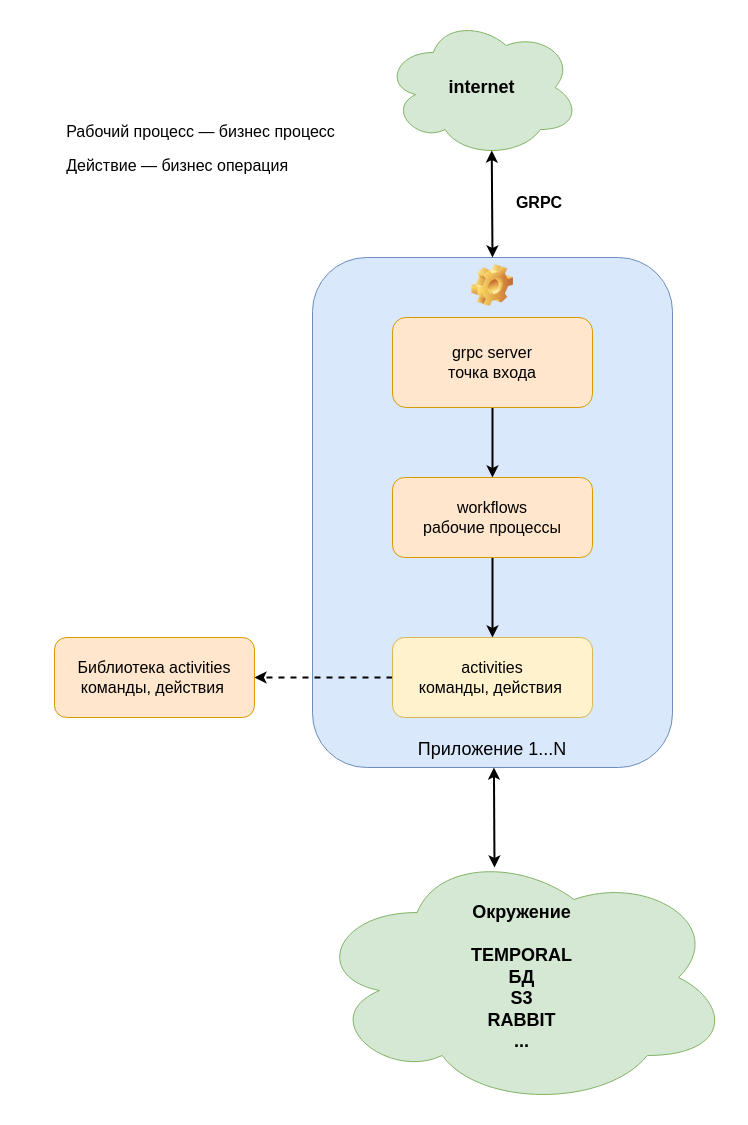
Above: doc/temporal1.drawio in kshamiev/temporalapp (draw.io), before the change. Source tidied: cells renumbered, new cells numbered last; positions are measured from the earlier drawing's top-left corner, leaving out a move shared by most shapes. Both pictures are drawn from the tidied source at 100%, with x=0, y=0 at pixel (17, 17).
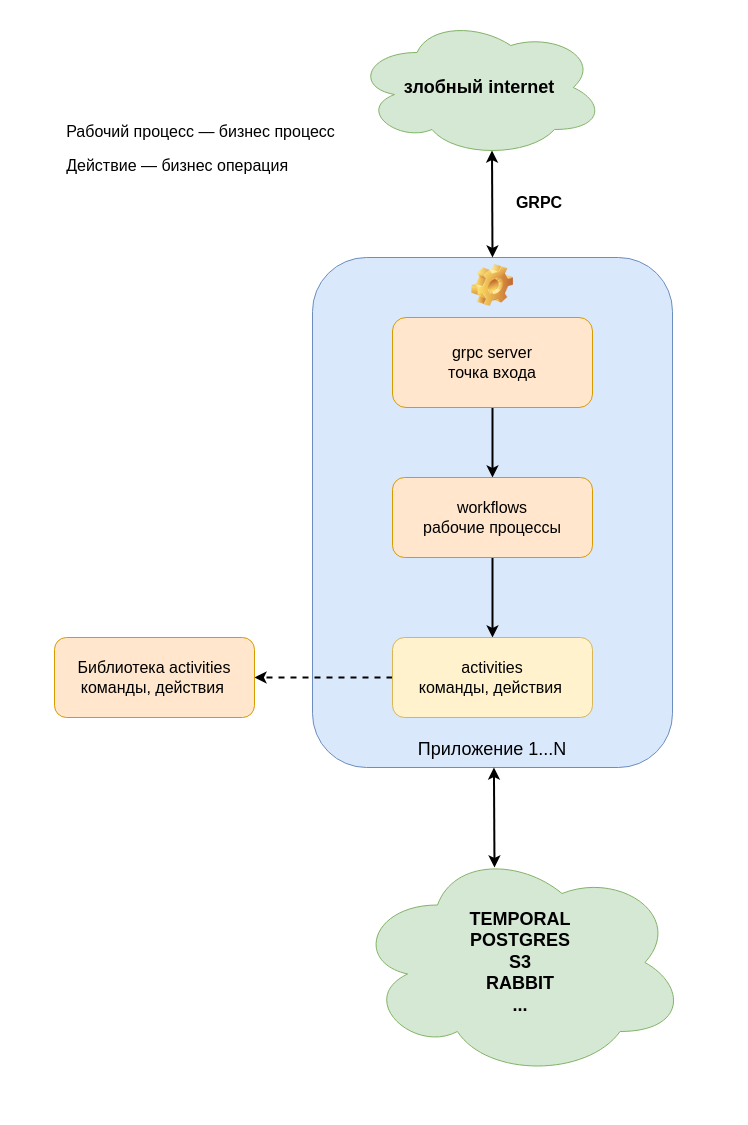
Above is the later version.

The edit, as a diff of the source:
```diff
@@
 <mxGraphModel>
   <root>
     <mxCell id="0" />
     <mxCell id="1" parent="0" />
-    <mxCell id="2" value="&lt;font style=&quot;font-size: 18px;&quot;&gt;&lt;b style=&quot;&quot;&gt;internet&lt;/b&gt;&lt;/font&gt;" style="ellipse;shape=cloud;whiteSpace=wrap;html=1;fillColor=#d5e8d4;strokeColor=#82b366;" parent="1" vertex="1">
-      <mxGeometry x="367" width="195" height="140" as="geometry" />
+    <mxCell id="2" value="&lt;font style=&quot;font-size: 18px;&quot;&gt;&lt;b style=&quot;&quot;&gt;злобный internet&lt;/b&gt;&lt;/font&gt;" style="ellipse;shape=cloud;whiteSpace=wrap;html=1;fillColor=#d5e8d4;strokeColor=#82b366;" parent="1" vertex="1">
+      <mxGeometry x="337" width="250" height="140" as="geometry" />
     </mxCell>
     <mxCell id="3" value="&lt;font style=&quot;font-size: 18px; font-weight: normal;&quot;&gt;Приложение 1...N&lt;/font&gt;" style="label;whiteSpace=wrap;html=1;align=center;verticalAlign=bottom;spacingLeft=0;spacingBottom=4;imageAlign=center;imageVerticalAlign=top;image=img/clipart/Gear_128x128.png;fillColor=#dae8fc;strokeColor=#6c8ebf;" parent="1" vertex="1">
       <mxGeometry x="295" y="240" width="360" height="510" as="geometry" />
     </mxCell>
     <mxCell id="4" style="edgeStyle=orthogonalEdgeStyle;rounded=0;jettySize=auto;html=1;strokeWidth=2;" parent="1" edge="1" source="5" target="7">
       <mxGeometry relative="1" as="geometry" />
     </mxCell>
     <mxCell id="5" value="&lt;span style=&quot;font-size: 16px;&quot;&gt;grpc server&lt;/span&gt;&lt;div&gt;&lt;span style=&quot;font-size: 16px;&quot;&gt;точка входа&lt;/span&gt;&lt;/div&gt;" style="rounded=1;whiteSpace=wrap;html=1;fillColor=#ffe6cc;strokeColor=#d79b00;" parent="1" vertex="1">
       <mxGeometry x="375" y="300" width="200" height="90" as="geometry" />
     </mxCell>
     <mxCell id="6" style="edgeStyle=orthogonalEdgeStyle;rounded=0;jettySize=auto;html=1;strokeWidth=2;" parent="1" edge="1" source="7" target="9">
       <mxGeometry relative="1" as="geometry" />
     </mxCell>
     <mxCell id="7" value="&lt;font style=&quot;font-size: 16px;&quot;&gt;workflows&lt;/font&gt;&lt;div&gt;&lt;font style=&quot;font-size: 16px;&quot;&gt;рабочие процессы&lt;/font&gt;&lt;/div&gt;" style="rounded=1;whiteSpace=wrap;html=1;fillColor=#ffe6cc;strokeColor=#d79b00;" parent="1" vertex="1">
       <mxGeometry x="375" y="460" width="200" height="80" as="geometry" />
     </mxCell>
     <mxCell id="8" style="edgeStyle=orthogonalEdgeStyle;rounded=0;jettySize=auto;html=1;entryX=1;entryY=0.5;entryDx=0;entryDy=0;dashed=1;strokeWidth=2;" parent="1" edge="1" source="9" target="11">
       <mxGeometry relative="1" as="geometry" />
     </mxCell>
     <mxCell id="9" value="&lt;font style=&quot;font-size: 16px;&quot;&gt;activities&lt;/font&gt;&lt;div&gt;&lt;font style=&quot;font-size: 16px;&quot;&gt;команды, действия&lt;/font&gt;&amp;nbsp;&lt;/div&gt;" style="rounded=1;whiteSpace=wrap;html=1;fillColor=#fff2cc;strokeColor=#d6b656;" parent="1" vertex="1">
       <mxGeometry x="375" y="620" width="200" height="80" as="geometry" />
     </mxCell>
-    <mxCell id="10" value="&lt;span style=&quot;font-size: 18px;&quot;&gt;&lt;b&gt;Окружение&lt;/b&gt;&lt;/span&gt;&lt;div&gt;&lt;span style=&quot;font-size: 18px;&quot;&gt;&lt;b&gt;&lt;br&gt;&lt;/b&gt;&lt;/span&gt;&lt;div&gt;&lt;span style=&quot;font-size: 18px;&quot;&gt;&lt;b&gt;TEMPORAL&lt;br&gt;&lt;/b&gt;&lt;/span&gt;&lt;div&gt;&lt;div&gt;&lt;font style=&quot;font-size: 18px;&quot;&gt;&lt;b&gt;БД&lt;/b&gt;&lt;/font&gt;&lt;/div&gt;&lt;div&gt;&lt;font style=&quot;font-size: 18px;&quot;&gt;&lt;b&gt;S3&lt;/b&gt;&lt;/font&gt;&lt;/div&gt;&lt;div&gt;&lt;span style=&quot;font-size: 18px;&quot;&gt;&lt;b&gt;RABBIT&lt;/b&gt;&lt;/span&gt;&lt;/div&gt;&lt;/div&gt;&lt;div&gt;&lt;span style=&quot;font-size: 18px;&quot;&gt;&lt;b&gt;...&lt;/b&gt;&lt;/span&gt;&lt;/div&gt;&lt;/div&gt;&lt;/div&gt;" style="ellipse;shape=cloud;whiteSpace=wrap;html=1;fillColor=#d5e8d4;strokeColor=#82b366;" parent="1" vertex="1">
-      <mxGeometry x="295" y="830" width="418.5" height="260" as="geometry" />
+    <mxCell id="10" value="&lt;span style=&quot;font-size: 18px;&quot;&gt;&lt;b&gt;TEMPORAL&lt;br&gt;&lt;/b&gt;&lt;/span&gt;&lt;div&gt;&lt;div&gt;&lt;span style=&quot;font-size: 18px;&quot;&gt;&lt;b&gt;POSTGRES&lt;/b&gt;&lt;/span&gt;&lt;/div&gt;&lt;div&gt;&lt;font style=&quot;font-size: 18px;&quot;&gt;&lt;b&gt;S3&lt;/b&gt;&lt;/font&gt;&lt;/div&gt;&lt;div&gt;&lt;span style=&quot;font-size: 18px;&quot;&gt;&lt;b&gt;RABBIT&lt;/b&gt;&lt;/span&gt;&lt;/div&gt;&lt;/div&gt;&lt;div&gt;&lt;span style=&quot;font-size: 18px;&quot;&gt;&lt;b&gt;...&lt;/b&gt;&lt;/span&gt;&lt;/div&gt;" style="ellipse;shape=cloud;whiteSpace=wrap;html=1;fillColor=#d5e8d4;strokeColor=#82b366;" parent="1" vertex="1">
+      <mxGeometry x="337" y="830" width="332" height="230" as="geometry" />
     </mxCell>
     <mxCell id="11" value="&lt;div&gt;&lt;font style=&quot;font-size: 16px;&quot;&gt;Библиотека&amp;nbsp;&lt;/font&gt;&lt;span style=&quot;font-size: 16px; background-color: transparent; color: light-dark(rgb(0, 0, 0), rgb(255, 255, 255));&quot;&gt;activities&lt;/span&gt;&lt;/div&gt;&lt;div&gt;&lt;font style=&quot;font-size: 16px;&quot;&gt;команды, действия&lt;/font&gt;&amp;nbsp;&lt;/div&gt;" style="rounded=1;whiteSpace=wrap;html=1;fillColor=#ffe6cc;strokeColor=#d79b00;" parent="1" vertex="1">
       <mxGeometry x="37" y="620" width="200" height="80" as="geometry" />
     </mxCell>
     <mxCell id="12" style="endArrow=classic;startArrow=classic;html=1;rounded=0;strokeWidth=2;" parent="1" edge="1" target="3">
       <mxGeometry relative="1" as="geometry">
         <mxPoint x="477" y="850" as="sourcePoint" />
       </mxGeometry>
     </mxCell>
     <mxCell id="13" style="endArrow=classic;startArrow=classic;html=1;rounded=0;entryX=0.55;entryY=0.95;entryDx=0;entryDy=0;entryPerimeter=0;exitX=0.5;exitY=0;exitDx=0;exitDy=0;strokeWidth=2;" parent="1" edge="1" source="3" target="2">
       <mxGeometry relative="1" as="geometry" />
     </mxCell>
     <mxCell id="14" value="&lt;font style=&quot;font-size: 16px;&quot;&gt;&lt;b&gt;GRPC&lt;/b&gt;&lt;/font&gt;" style="text;html=1;align=center;verticalAlign=middle;whiteSpace=wrap;rounded=0;" parent="1" vertex="1">
       <mxGeometry x="487" y="170" width="70" height="30" as="geometry" />
     </mxCell>
     <mxCell id="15" value="&lt;p style=&quot;line-height: 1px; margin-bottom: 0cm; background: transparent; font-size: medium; text-align: start;&quot;&gt;Рабочий процесс — бизнес процесс&lt;/p&gt;&lt;p style=&quot;line-height: 1px; margin-bottom: 0cm; background: transparent; font-size: medium; text-align: start;&quot;&gt;&lt;br&gt;&lt;/p&gt;&lt;p style=&quot;line-height: 1px; margin-bottom: 0cm; background: transparent; font-size: medium; text-align: start;&quot;&gt;Действие — бизнес операция&lt;/p&gt;" style="text;html=1;align=center;verticalAlign=middle;whiteSpace=wrap;rounded=0;" parent="1" vertex="1">
       <mxGeometry y="30" width="367" height="190" as="geometry" />
     </mxCell>
   </root>
 </mxGraphModel>
```
